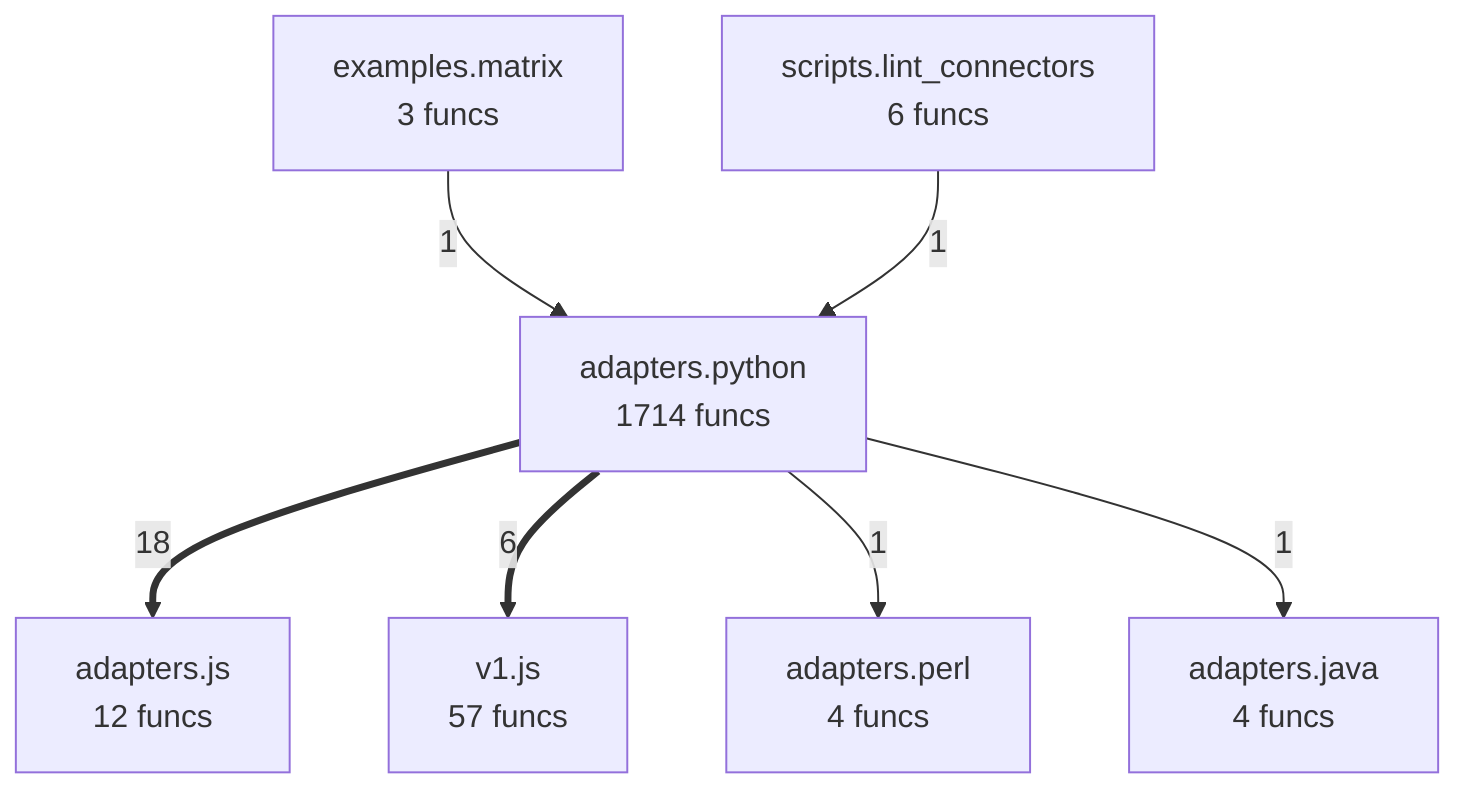
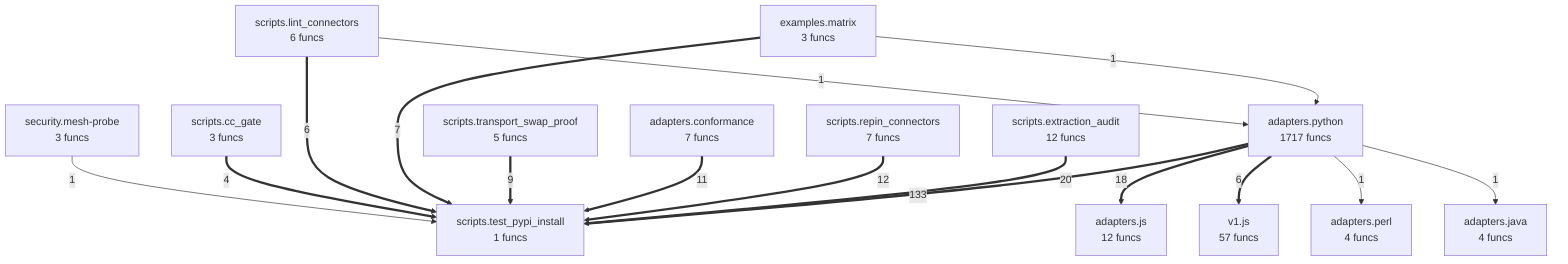
flowchart TD
- %% generated in 0.05s
+ %% generated in 0.04s
+     adapters__conformance["adapters.conformance<br/>7 funcs"]
    adapters__java["adapters.java<br/>4 funcs"]
    adapters__js["adapters.js<br/>12 funcs"]
    adapters__perl["adapters.perl<br/>4 funcs"]
-     adapters__python["adapters.python<br/>1714 funcs"]
+     adapters__python["adapters.python<br/>1717 funcs"]
    examples__matrix["examples.matrix<br/>3 funcs"]
+     scripts__cc_gate["scripts.cc_gate<br/>3 funcs"]
+     scripts__extraction_audit["scripts.extraction_audit<br/>12 funcs"]
    scripts__lint_connectors["scripts.lint_connectors<br/>6 funcs"]
+     scripts__repin_connectors["scripts.repin_connectors<br/>7 funcs"]
+     scripts__test_pypi_install["scripts.test_pypi_install<br/>1 funcs"]
+     scripts__transport_swap_proof["scripts.transport_swap_proof<br/>5 funcs"]
+     security__mesh_probe["security.mesh-probe<br/>3 funcs"]
    v1__js["v1.js<br/>57 funcs"]
+     adapters__python ==>|133| scripts__test_pypi_install
+     scripts__extraction_audit ==>|20| scripts__test_pypi_install
    adapters__python ==>|18| adapters__js
+     scripts__repin_connectors ==>|12| scripts__test_pypi_install
+     adapters__conformance ==>|11| scripts__test_pypi_install
+     scripts__transport_swap_proof ==>|9| scripts__test_pypi_install
+     examples__matrix ==>|7| scripts__test_pypi_install
+     scripts__lint_connectors ==>|6| scripts__test_pypi_install
    adapters__python ==>|6| v1__js
+     scripts__cc_gate ==>|4| scripts__test_pypi_install
+     security__mesh_probe -->|1| scripts__test_pypi_install
    examples__matrix -->|1| adapters__python
    scripts__lint_connectors -->|1| adapters__python
    adapters__python -->|1| adapters__perl
    adapters__python -->|1| adapters__java
